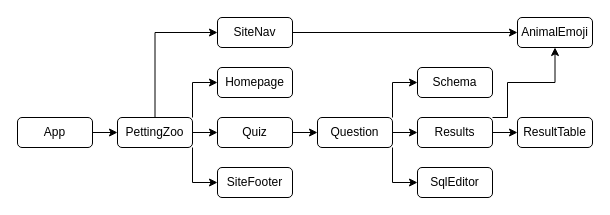
The draw.io diagram docs/components.drawio in joelburton/sql-petting-zoo, before the edit. Source tidied: cells renumbered, new cells numbered last; positions are measured from the earlier drawing's top-left corner, leaving out a move shared by most shapes. Both pictures are drawn from the tidied source at 100%, with x=0, y=0 at pixel (17, 17).
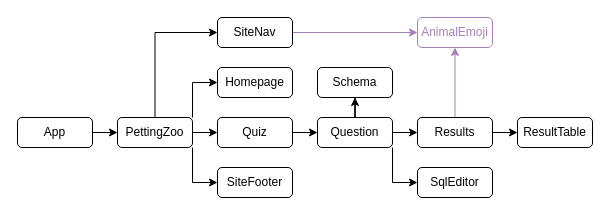
The same page after the edit.

Commit message (it also covers changes not shown here):
docs actually, schema is rendered by quiz

The change refers to these unchanged cells:
```xml
<mxCell id="14" value="SiteNav" style="rounded=1;whiteSpace=wrap;html=1;" parent="1" vertex="1">
  <mxGeometry x="200" width="75" height="30" as="geometry" />
</mxCell>
<mxCell id="18" value="Question" style="rounded=1;whiteSpace=wrap;html=1;" parent="1" vertex="1">
  <mxGeometry x="300" y="100" width="75" height="30" as="geometry" />
</mxCell>
<mxCell id="21" value="Results" style="rounded=1;whiteSpace=wrap;html=1;" parent="1" vertex="1">
  <mxGeometry x="400" y="100" width="75" height="30" as="geometry" />
</mxCell>
```

Diff of the diagram source:
```diff
@@
-    <mxCell id="13" style="edgeStyle=orthogonalEdgeStyle;rounded=0;jettySize=auto;html=1;exitX=1;exitY=0.5;exitDx=0;exitDy=0;entryX=0;entryY=0.5;entryDx=0;entryDy=0;" parent="1" edge="1" source="14" target="25">
+    <mxCell id="13" style="edgeStyle=orthogonalEdgeStyle;rounded=0;jettySize=auto;html=1;exitX=1;exitY=0.5;exitDx=0;exitDy=0;entryX=0;entryY=0.5;entryDx=0;entryDy=0;strokeColor=#A680B8;" parent="1" edge="1" source="14" target="25">
       <mxGeometry relative="1" as="geometry" />
     </mxCell>
@@
-    <mxCell id="17" style="edgeStyle=orthogonalEdgeStyle;rounded=0;jettySize=auto;html=1;exitX=1;exitY=0;exitDx=0;exitDy=0;entryX=0;entryY=0.5;entryDx=0;entryDy=0;" parent="1" edge="1" source="18" target="23">
+    <mxCell id="17" style="edgeStyle=orthogonalEdgeStyle;rounded=0;jettySize=auto;html=1;exitX=0.5;exitY=0;exitDx=0;exitDy=0;" parent="1" edge="1" source="18" target="23">
       <mxGeometry relative="1" as="geometry" />
     </mxCell>
@@
-    <mxCell id="20" style="edgeStyle=orthogonalEdgeStyle;rounded=0;jettySize=auto;html=1;exitX=1;exitY=0;exitDx=0;exitDy=0;entryX=0.5;entryY=1;entryDx=0;entryDy=0;" parent="1" edge="1" source="21" target="25">
-      <mxGeometry relative="1" as="geometry">
-        <Array as="points">
-          <mxPoint x="490" y="100" />
-          <mxPoint x="490" y="65" />
-          <mxPoint x="538" y="65" />
-        </Array>
-      </mxGeometry>
+    <mxCell id="20" style="edgeStyle=orthogonalEdgeStyle;rounded=0;jettySize=auto;html=1;exitX=0.5;exitY=0;exitDx=0;exitDy=0;strokeColor=#A680B8;" parent="1" edge="1" source="21" target="25">
+      <mxGeometry relative="1" as="geometry" />
     </mxCell>
@@
     <mxCell id="23" value="Schema" style="rounded=1;whiteSpace=wrap;html=1;" parent="1" vertex="1">
-      <mxGeometry x="400" y="50" width="75" height="30" as="geometry" />
+      <mxGeometry x="300" y="50" width="75" height="30" as="geometry" />
     </mxCell>
@@
-    <mxCell id="25" value="AnimalEmoji" style="rounded=1;whiteSpace=wrap;html=1;" parent="1" vertex="1">
-      <mxGeometry x="500" width="75" height="30" as="geometry" />
+    <mxCell id="25" value="AnimalEmoji" style="rounded=1;whiteSpace=wrap;html=1;strokeColor=#A680B8;fontColor=#A680B8;" parent="1" vertex="1">
+      <mxGeometry x="400" width="75" height="30" as="geometry" />
     </mxCell>
```
